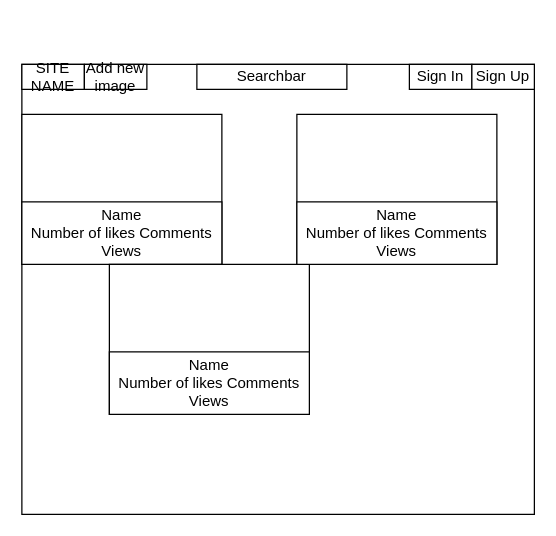
The draw.io diagram Warhammer Army Inspiration Mockup.drawio in AdamVuu/WarhammerArmyInspiration, before the edit. Source tidied: cells renumbered, new cells numbered last; positions are measured from the earlier drawing's top-left corner, leaving out a move shared by most shapes. Both pictures are drawn from the tidied source at 125%, with x=0, y=0 at pixel (21, 64).
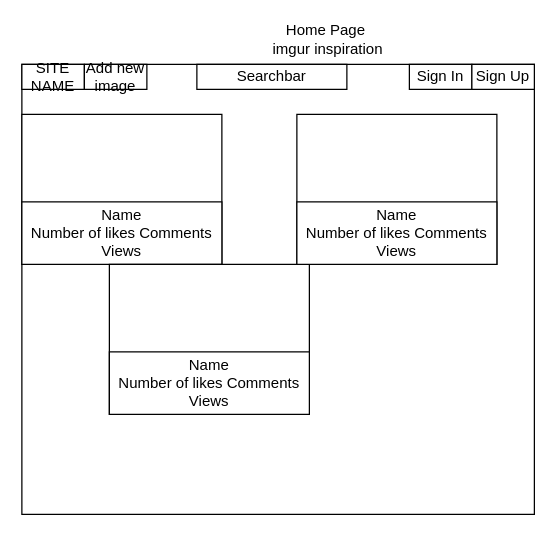
After the change.

Change to the diagram source:
```diff
@@
 <mxGraphModel>
   <root>
     <mxCell id="0" />
     <mxCell id="1" parent="0" />
     <mxCell id="2" style="rounded=0;whiteSpace=wrap;html=1;" parent="1" vertex="1">
       <mxGeometry width="410" height="360" as="geometry" />
     </mxCell>
     <mxCell id="3" value="Sign In" style="rounded=0;whiteSpace=wrap;html=1;" parent="1" vertex="1">
       <mxGeometry x="310" width="50" height="20" as="geometry" />
     </mxCell>
     <mxCell id="4" value="Sign Up" style="rounded=0;whiteSpace=wrap;html=1;" parent="1" vertex="1">
       <mxGeometry x="360" width="50" height="20" as="geometry" />
     </mxCell>
     <mxCell id="5" value="SITE NAME" style="rounded=0;whiteSpace=wrap;html=1;" parent="1" vertex="1">
       <mxGeometry width="50" height="20" as="geometry" />
     </mxCell>
     <mxCell id="6" value="Add new image" style="rounded=0;whiteSpace=wrap;html=1;" parent="1" vertex="1">
       <mxGeometry x="50" width="50" height="20" as="geometry" />
     </mxCell>
     <mxCell id="7" value="Searchbar&lt;br&gt;" style="rounded=0;whiteSpace=wrap;html=1;" parent="1" vertex="1">
       <mxGeometry x="140" width="120" height="20" as="geometry" />
     </mxCell>
     <mxCell id="8" style="rounded=0;whiteSpace=wrap;html=1;" parent="1" vertex="1">
       <mxGeometry y="40" width="160" height="120" as="geometry" />
     </mxCell>
     <mxCell id="9" value="Name&lt;br&gt;Number of likes Comments Views" style="rounded=0;whiteSpace=wrap;html=1;" parent="1" vertex="1">
       <mxGeometry y="110" width="160" height="50" as="geometry" />
     </mxCell>
     <mxCell id="10" style="rounded=0;whiteSpace=wrap;html=1;" parent="1" vertex="1">
       <mxGeometry x="70" y="160" width="160" height="120" as="geometry" />
     </mxCell>
     <mxCell id="11" value="Name&lt;br&gt;Number of likes Comments Views" style="rounded=0;whiteSpace=wrap;html=1;" parent="1" vertex="1">
       <mxGeometry x="70" y="230" width="160" height="50" as="geometry" />
     </mxCell>
     <mxCell id="12" style="rounded=0;whiteSpace=wrap;html=1;" parent="1" vertex="1">
       <mxGeometry x="220" y="40" width="160" height="120" as="geometry" />
     </mxCell>
     <mxCell id="13" value="Name&lt;br&gt;Number of likes Comments Views" style="rounded=0;whiteSpace=wrap;html=1;" parent="1" vertex="1">
       <mxGeometry x="220" y="110" width="160" height="50" as="geometry" />
     </mxCell>
+    <mxCell id="14" value="Home Page&amp;nbsp;&lt;br&gt;imgur inspiration" style="text;html=1;strokeColor=none;fillColor=none;align=center;verticalAlign=middle;whiteSpace=wrap;rounded=0;" parent="1" vertex="1">
+      <mxGeometry x="170" y="-30" width="150" height="20" as="geometry" />
+    </mxCell>
   </root>
 </mxGraphModel>
```
